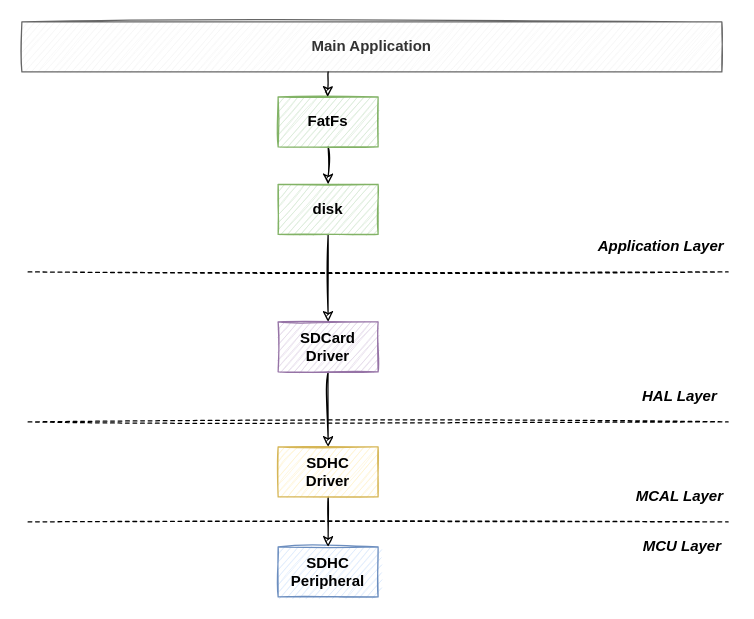
Earlier version of the draw.io diagram page "Arquitectura" (2 of 2) of docs/diagrama.drawio (Lab-de-microprocesadores-G1/mp3-player). Source tidied: cells renumbered, new cells numbered last; positions are measured from the earlier drawing's top-left corner, leaving out a move shared by most shapes. Both pictures are drawn from the tidied source at 125%, with x=0, y=0 at pixel (21, 21).
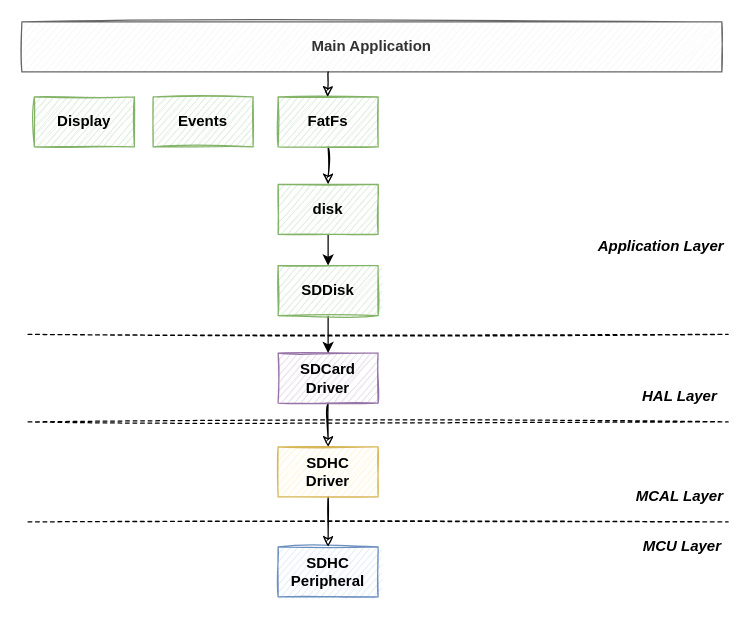
After the change.

The change refers to these unchanged cells:
```xml
<mxCell id="8" value="disk" style="rounded=0;whiteSpace=wrap;html=1;sketch=1;fontStyle=1;fillColor=#d5e8d4;strokeColor=#82b366;" parent="1" vertex="1">
  <mxGeometry x="205" y="130" width="80" height="40" as="geometry" />
</mxCell>
```

What changed in the source:
```diff
@@
     <mxCell id="6" value="SDCard&lt;br&gt;Driver" style="rounded=0;whiteSpace=wrap;html=1;sketch=1;fontStyle=1;fillColor=#e1d5e7;strokeColor=#9673a6;" parent="1" vertex="1">
-      <mxGeometry x="205" y="240" width="80" height="40" as="geometry" />
+      <mxGeometry x="205" y="265" width="80" height="40" as="geometry" />
     </mxCell>
-    <mxCell id="7" style="edgeStyle=orthogonalEdgeStyle;rounded=0;jettySize=auto;html=1;exitX=0.5;exitY=1;exitDx=0;exitDy=0;entryX=0.5;entryY=0;entryDx=0;entryDy=0;sketch=1;" parent="1" edge="1" source="8" target="6">
-      <mxGeometry relative="1" as="geometry" />
-    </mxCell>
+    <mxCell id="20" style="edgeStyle=orthogonalEdgeStyle;rounded=0;jettySize=auto;html=1;exitX=0.5;exitY=1;exitDx=0;exitDy=0;entryX=0.5;entryY=0;entryDx=0;entryDy=0;" parent="1" edge="1" source="8" target="22">
+      <mxGeometry relative="1" as="geometry" />
+    </mxCell>
@@
     <mxCell id="12" style="endArrow=none;dashed=1;html=1;sketch=1;" parent="1" edge="1">
       <mxGeometry relative="1" as="geometry">
-        <mxPoint x="5" y="200" as="sourcePoint" />
-        <mxPoint x="565" y="200" as="targetPoint" />
+        <mxPoint x="5" y="250" as="sourcePoint" />
+        <mxPoint x="565" y="250" as="targetPoint" />
       </mxGeometry>
     </mxCell>
@@
+    <mxCell id="21" style="edgeStyle=orthogonalEdgeStyle;rounded=0;jettySize=auto;html=1;exitX=0.5;exitY=1;exitDx=0;exitDy=0;entryX=0.5;entryY=0;entryDx=0;entryDy=0;" parent="1" edge="1" source="22" target="6">
+      <mxGeometry relative="1" as="geometry" />
+    </mxCell>
+    <mxCell id="22" value="SDDisk" style="rounded=0;whiteSpace=wrap;html=1;sketch=1;fontStyle=1;fillColor=#d5e8d4;strokeColor=#82b366;" parent="1" vertex="1">
+      <mxGeometry x="205" y="195" width="80" height="40" as="geometry" />
+    </mxCell>
+    <mxCell id="23" value="&lt;b&gt;Events&lt;/b&gt;" style="rounded=0;whiteSpace=wrap;html=1;sketch=1;fontStyle=0;fillColor=#d5e8d4;strokeColor=#82b366;" parent="1" vertex="1">
+      <mxGeometry x="105" y="60" width="80" height="40" as="geometry" />
+    </mxCell>
+    <mxCell id="24" value="&lt;b&gt;Display&lt;/b&gt;" style="rounded=0;whiteSpace=wrap;html=1;sketch=1;fontStyle=0;fillColor=#d5e8d4;strokeColor=#82b366;" parent="1" vertex="1">
+      <mxGeometry x="10" y="60" width="80" height="40" as="geometry" />
+    </mxCell>
```
